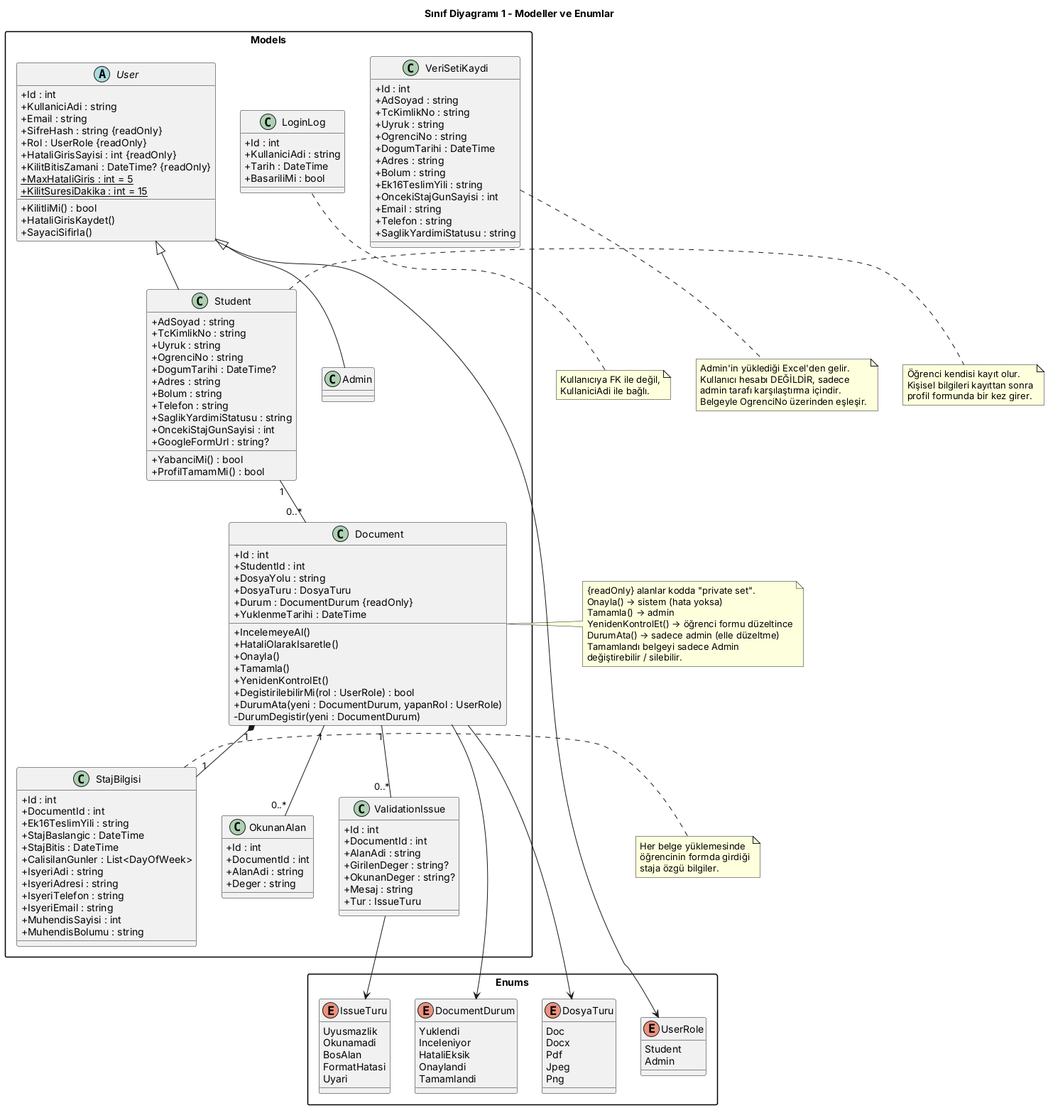
Before: Diyagramlar/sinif-1-modeller.png, a diagram exported from PlantUML (asticfant/Staj-Evrak-Sistemi). The source it was exported from:
```plantuml
@startuml sinif-1-modeller
title Sınıf Diyagramı 1 - Modeller ve Enumlar
skinparam classAttributeIconSize 0
skinparam packageStyle rectangle

package "Enums" {
  enum UserRole {
    Student
    Admin
  }
  enum DocumentDurum {
    Yuklendi
    Inceleniyor
    HataliEksik
    Onaylandi
    Tamamlandi
  }
  enum DosyaTuru {
    Doc
    Docx
    Pdf
    Jpeg
    Png
  }
  enum IssueTuru {
    Uyusmazlik
    Okunamadi
    BosAlan
    FormatHatasi
    Uyari
  }
}

package "Models" {
  abstract class User {
    + Id : int
    + KullaniciAdi : string
    + Email : string
    + SifreHash : string {readOnly}
    + Rol : UserRole {readOnly}
    + HataliGirisSayisi : int {readOnly}
    + KilitBitisZamani : DateTime? {readOnly}
    + {static} MaxHataliGiris : int = 5
    + {static} KilitSuresiDakika : int = 15
    + KilitliMi() : bool
    + HataliGirisKaydet()
    + SayaciSifirla()
  }

  class Student {
    + AdSoyad : string
    + TcKimlikNo : string
    + Uyruk : string
    + OgrenciNo : string
    + DogumTarihi : DateTime?
    + Adres : string
    + Bolum : string
    + Telefon : string
    + SaglikYardimiStatusu : string
    + OncekiStajGunSayisi : int
    + GoogleFormUrl : string?
    + YabanciMi() : bool
    + ProfilTamamMi() : bool
  }

  class Admin

  class Document {
    + Id : int
    + StudentId : int
    + DosyaYolu : string
    + DosyaTuru : DosyaTuru
    + Durum : DocumentDurum {readOnly}
    + YuklenmeTarihi : DateTime
    + IncelemeyeAl()
    + HataliOlarakIsaretle()
    + Onayla()
    + Tamamla()
    + YenidenKontrolEt()
    + DegistirilebilirMi(rol : UserRole) : bool
    + DurumAta(yeni : DocumentDurum, yapanRol : UserRole)
    - DurumDegistir(yeni : DocumentDurum)
  }

  class StajBilgisi {
    + Id : int
    + DocumentId : int
    + Ek16TeslimYili : string
    + StajBaslangic : DateTime
    + StajBitis : DateTime
    + CalisilanGunler : List<DayOfWeek>
    + IsyeriAdi : string
    + IsyeriAdresi : string
    + IsyeriTelefon : string
    + IsyeriEmail : string
    + MuhendisSayisi : int
    + MuhendisBolumu : string
  }

  class OkunanAlan {
    + Id : int
    + DocumentId : int
    + AlanAdi : string
    + Deger : string
  }

  class ValidationIssue {
    + Id : int
    + DocumentId : int
    + AlanAdi : string
    + GirilenDeger : string?
    + OkunanDeger : string?
    + Mesaj : string
    + Tur : IssueTuru
  }

  class LoginLog {
    + Id : int
    + KullaniciAdi : string
    + Tarih : DateTime
    + BasariliMi : bool
  }

  class VeriSetiKaydi {
    + Id : int
    + AdSoyad : string
    + TcKimlikNo : string
    + Uyruk : string
    + OgrenciNo : string
    + DogumTarihi : DateTime
    + Adres : string
    + Bolum : string
    + Ek16TeslimYili : string
    + OncekiStajGunSayisi : int
    + Email : string
    + Telefon : string
    + SaglikYardimiStatusu : string
  }
}

User <|-- Student
User <|-- Admin

User --> UserRole
Document --> DocumentDurum
Document --> DosyaTuru
ValidationIssue --> IssueTuru

Student "1" -- "0..*" Document
Document "1" *-- "1" StajBilgisi
Document "1" -- "0..*" OkunanAlan
Document "1" -- "0..*" ValidationIssue

note right of Student
  Öğrenci kendisi kayıt olur.
  Kişisel bilgileri kayıttan sonra
  profil formunda bir kez girer.
end note

note right of StajBilgisi
  Her belge yüklemesinde
  öğrencinin formda girdiği
  staja özgü bilgiler.
end note

note right of Document
  {readOnly} alanlar kodda "private set".
  Onayla() → sistem (hata yoksa)
  Tamamla() → admin
  YenidenKontrolEt() → öğrenci formu düzeltince
  DurumAta() → sadece admin (elle düzeltme)
  Tamamlandı belgeyi sadece Admin
  değiştirebilir / silebilir.
end note

note bottom of VeriSetiKaydi
  Admin'in yüklediği Excel'den gelir.
  Kullanıcı hesabı DEĞİLDİR, sadece
  admin tarafı karşılaştırma içindir.
  Belgeyle OgrenciNo üzerinden eşleşir.
end note

note bottom of LoginLog
  Kullanıcıya FK ile değil,
  KullaniciAdi ile bağlı.
end note
@enduml
```
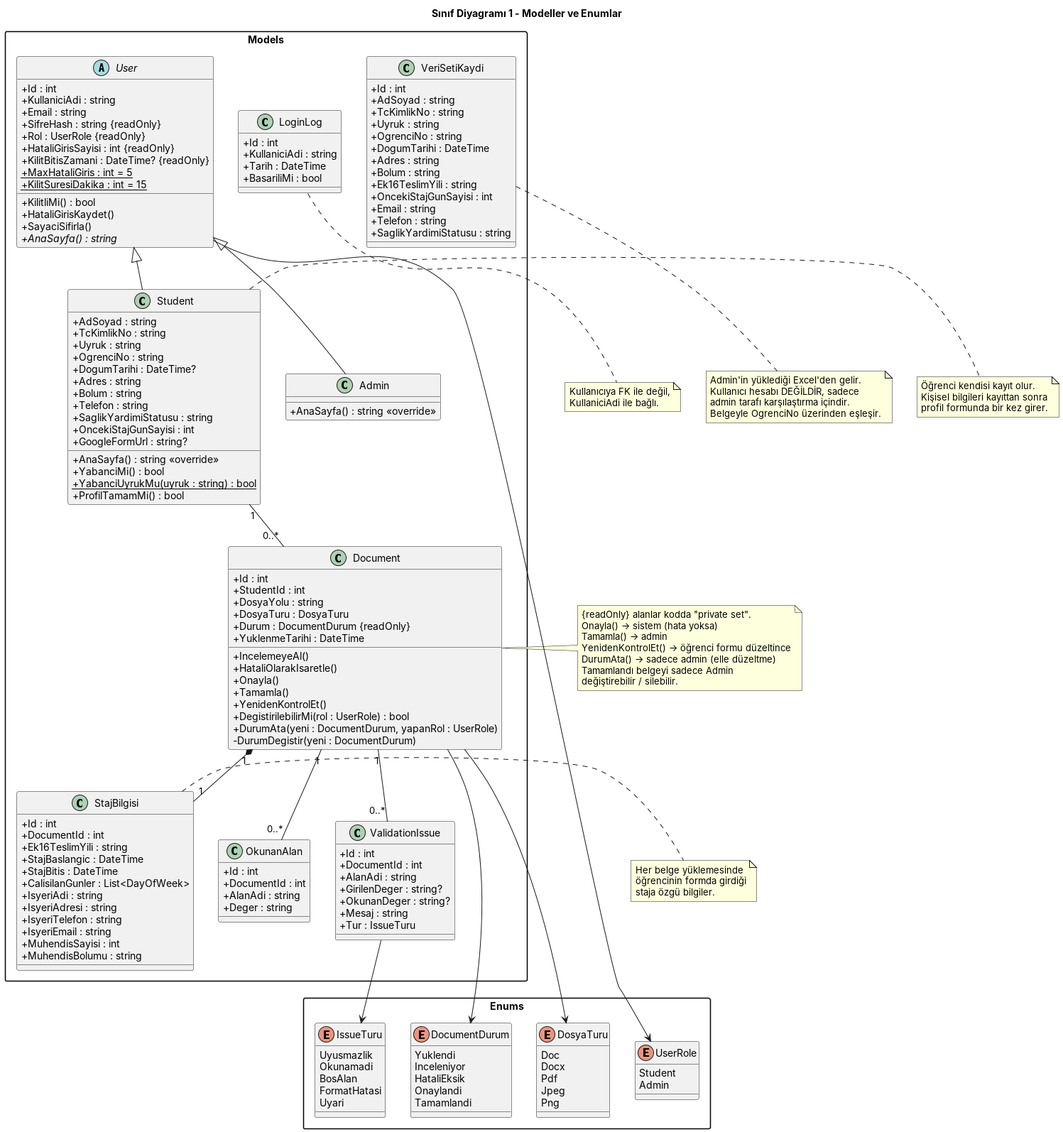
Later version of the same file.

What changed in the source:
```diff
@@ -45,6 +45,7 @@
     + KilitliMi() : bool
     + HataliGirisKaydet()
     + SayaciSifirla()
+    + {abstract} AnaSayfa() : string
   }
 
   class Student {
@@ -59,11 +60,15 @@
     + SaglikYardimiStatusu : string
     + OncekiStajGunSayisi : int
     + GoogleFormUrl : string?
+    + AnaSayfa() : string <<override>>
     + YabanciMi() : bool
+    + {static} YabanciUyrukMu(uyruk : string) : bool
     + ProfilTamamMi() : bool
   }
 
-  class Admin
+  class Admin {
+    + AnaSayfa() : string <<override>>
+  }
 
   class Document {
     + Id : int
```
